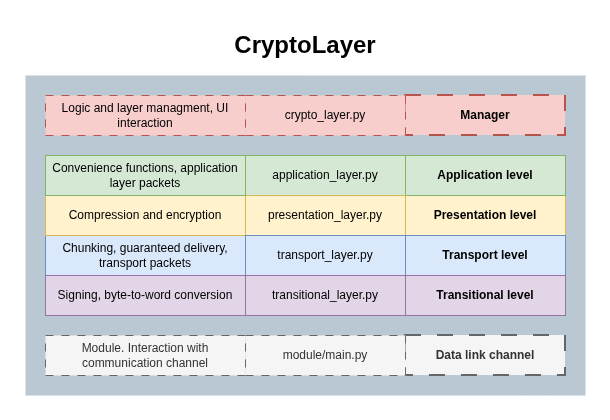
igmunv/cryptolayer-base keeps this draw.io diagram as docs/diagrams/arch-EN.png. Above is the earlier version. Source tidied: cells renumbered, new cells last; positions are measured from the earlier drawing's top-left corner, leaving out a move shared by most shapes. Its diagram source:
```xml
<mxGraphModel>
  <root>
    <mxCell id="0" />
    <mxCell id="1" parent="0" />
    <mxCell id="2" style="rounded=0;whiteSpace=wrap;html=1;fillColor=#bac8d3;strokeColor=none;" parent="1" vertex="1">
      <mxGeometry y="50" width="560" height="320" as="geometry" />
    </mxCell>
    <mxCell id="3" value="&lt;span style=&quot;&quot;&gt;Data link channel&lt;/span&gt;" style="rounded=0;whiteSpace=wrap;html=1;align=center;fillColor=#f5f5f5;fontColor=#333333;strokeColor=#666666;strokeWidth=2;dashed=1;dashPattern=8 8;fontStyle=1;" parent="1" vertex="1">
      <mxGeometry x="380" y="310" width="160" height="40" as="geometry" />
    </mxCell>
    <mxCell id="4" value="Presentation level" style="rounded=0;whiteSpace=wrap;html=1;align=center;fillColor=#fff2cc;strokeColor=#d6b656;strokeWidth=1;fontStyle=1;" parent="1" vertex="1">
      <mxGeometry x="380" y="170" width="160" height="40" as="geometry" />
    </mxCell>
    <mxCell id="5" value="Application level" style="rounded=0;whiteSpace=wrap;html=1;align=center;fillColor=#d5e8d4;strokeColor=#82b366;strokeWidth=1;fontStyle=1;" parent="1" vertex="1">
      <mxGeometry x="380" y="130" width="160" height="40" as="geometry" />
    </mxCell>
    <mxCell id="6" value="Transport level" style="rounded=0;whiteSpace=wrap;html=1;align=center;fillColor=#dae8fc;strokeColor=#6c8ebf;strokeWidth=1;fontStyle=1;" parent="1" vertex="1">
      <mxGeometry x="380" y="210" width="160" height="40" as="geometry" />
    </mxCell>
    <mxCell id="7" value="application_layer.py" style="rounded=0;whiteSpace=wrap;html=1;fillColor=#d5e8d4;strokeColor=#82b366;strokeWidth=1;" parent="1" vertex="1">
      <mxGeometry x="220" y="130" width="160" height="40" as="geometry" />
    </mxCell>
    <mxCell id="8" value="module/main.py" style="rounded=0;whiteSpace=wrap;html=1;fillColor=#f5f5f5;strokeColor=#666666;fontColor=#333333;dashed=1;dashPattern=8 8;" parent="1" vertex="1">
      <mxGeometry x="220" y="310" width="160" height="40" as="geometry" />
    </mxCell>
    <mxCell id="9" value="presentation_layer.py" style="rounded=0;whiteSpace=wrap;html=1;fillColor=#fff2cc;strokeColor=#d6b656;strokeWidth=1;" parent="1" vertex="1">
      <mxGeometry x="220" y="170" width="160" height="40" as="geometry" />
    </mxCell>
    <mxCell id="10" value="Chunking, guaranteed delivery, transport packets" style="rounded=0;whiteSpace=wrap;html=1;fillColor=#dae8fc;strokeColor=#6c8ebf;strokeWidth=1;" parent="1" vertex="1">
      <mxGeometry x="20" y="210" width="200" height="40" as="geometry" />
    </mxCell>
    <mxCell id="11" value="Module. Interaction with communication channel" style="rounded=0;whiteSpace=wrap;html=1;fillColor=#f5f5f5;strokeColor=#666666;fontColor=#333333;dashed=1;dashPattern=8 8;" parent="1" vertex="1">
      <mxGeometry x="20" y="310" width="200" height="40" as="geometry" />
    </mxCell>
    <mxCell id="12" value="Compression and encryption" style="rounded=0;whiteSpace=wrap;html=1;fillColor=#fff2cc;strokeColor=#d6b656;strokeWidth=1;" parent="1" vertex="1">
      <mxGeometry x="20" y="170" width="200" height="40" as="geometry" />
    </mxCell>
    <mxCell id="13" value="Convenience functions, application layer packets" style="rounded=0;whiteSpace=wrap;html=1;fillColor=#d5e8d4;strokeColor=#82b366;strokeWidth=1;" parent="1" vertex="1">
      <mxGeometry x="20" y="130" width="200" height="40" as="geometry" />
    </mxCell>
    <mxCell id="14" value="Transitional level" style="rounded=0;whiteSpace=wrap;html=1;align=center;strokeWidth=1;fillColor=#e1d5e7;strokeColor=#9673a6;fontStyle=1;" parent="1" vertex="1">
      <mxGeometry x="380" y="250" width="160" height="40" as="geometry" />
    </mxCell>
    <mxCell id="15" value="&lt;div style=&quot;&quot;&gt;Signing, byte-to-word conversion&lt;/div&gt;" style="rounded=0;whiteSpace=wrap;html=1;align=center;strokeWidth=1;fillColor=#e1d5e7;strokeColor=#9673a6;" parent="1" vertex="1">
      <mxGeometry x="20" y="250" width="200" height="40" as="geometry" />
    </mxCell>
    <mxCell id="16" value="&lt;b&gt;Manager&lt;/b&gt;" style="rounded=0;whiteSpace=wrap;html=1;align=center;fillColor=#f8cecc;strokeColor=#b85450;strokeWidth=2;dashed=1;dashPattern=8 8;fontStyle=1;" parent="1" vertex="1">
      <mxGeometry x="380" y="70" width="160" height="40" as="geometry" />
    </mxCell>
    <mxCell id="17" value="crypto_layer.py" style="rounded=0;whiteSpace=wrap;html=1;fillColor=#f8cecc;strokeColor=#b85450;dashed=1;dashPattern=8 8;" parent="1" vertex="1">
      <mxGeometry x="220" y="70" width="160" height="40" as="geometry" />
    </mxCell>
    <mxCell id="18" value="Logic and layer managment, UI interaction" style="rounded=0;whiteSpace=wrap;html=1;fillColor=#f8cecc;strokeColor=#b85450;dashed=1;dashPattern=8 8;" parent="1" vertex="1">
      <mxGeometry x="20" y="70" width="200" height="40" as="geometry" />
    </mxCell>
    <mxCell id="19" value="&lt;font style=&quot;font-size: 24px;&quot;&gt;CryptoLayer&lt;/font&gt;" style="text;html=1;whiteSpace=wrap;strokeColor=none;fillColor=none;align=center;verticalAlign=middle;rounded=0;fontStyle=1;" parent="1" vertex="1">
      <mxGeometry width="560" height="40" as="geometry" />
    </mxCell>
    <mxCell id="20" value="transport_layer.py" style="rounded=0;whiteSpace=wrap;html=1;fillColor=#dae8fc;strokeColor=#6c8ebf;strokeWidth=1;" parent="1" vertex="1">
      <mxGeometry x="220" y="210" width="160" height="40" as="geometry" />
    </mxCell>
    <mxCell id="21" value="&lt;div style=&quot;text-align: center;&quot;&gt;&lt;span style=&quot;background-color: transparent; color: light-dark(rgb(0, 0, 0), rgb(255, 255, 255)); text-align: left;&quot;&gt;transitional_layer.py&lt;/span&gt;&lt;/div&gt;" style="rounded=0;whiteSpace=wrap;html=1;align=center;strokeWidth=1;fillColor=#e1d5e7;strokeColor=#9673a6;" parent="1" vertex="1">
      <mxGeometry x="220" y="250" width="160" height="40" as="geometry" />
    </mxCell>
  </root>
</mxGraphModel>
```
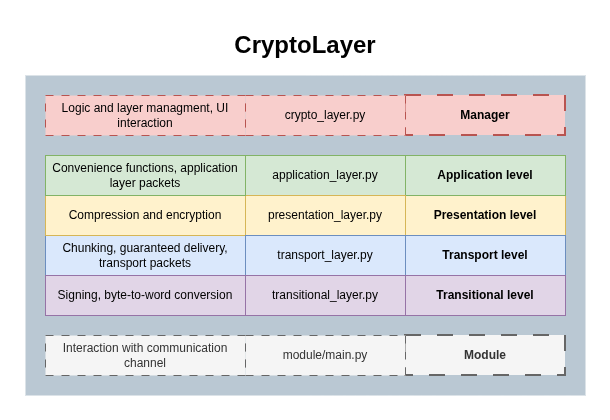
Later version of the same file.

Commit message:
docs: change arch diagram

Change to the diagram source:
```diff
@@ -5,7 +5,7 @@
     <mxCell id="2" style="rounded=0;whiteSpace=wrap;html=1;fillColor=#bac8d3;strokeColor=none;" parent="1" vertex="1">
       <mxGeometry y="50" width="560" height="320" as="geometry" />
     </mxCell>
-    <mxCell id="3" value="&lt;span style=&quot;&quot;&gt;Data link channel&lt;/span&gt;" style="rounded=0;whiteSpace=wrap;html=1;align=center;fillColor=#f5f5f5;fontColor=#333333;strokeColor=#666666;strokeWidth=2;dashed=1;dashPattern=8 8;fontStyle=1;" parent="1" vertex="1">
+    <mxCell id="3" value="&lt;span style=&quot;&quot;&gt;Module&lt;/span&gt;" style="rounded=0;whiteSpace=wrap;html=1;align=center;fillColor=#f5f5f5;fontColor=#333333;strokeColor=#666666;strokeWidth=2;dashed=1;dashPattern=8 8;fontStyle=1;" parent="1" vertex="1">
       <mxGeometry x="380" y="310" width="160" height="40" as="geometry" />
     </mxCell>
     <mxCell id="4" value="Presentation level" style="rounded=0;whiteSpace=wrap;html=1;align=center;fillColor=#fff2cc;strokeColor=#d6b656;strokeWidth=1;fontStyle=1;" parent="1" vertex="1">
@@ -29,7 +29,7 @@
     <mxCell id="10" value="Chunking, guaranteed delivery, transport packets" style="rounded=0;whiteSpace=wrap;html=1;fillColor=#dae8fc;strokeColor=#6c8ebf;strokeWidth=1;" parent="1" vertex="1">
       <mxGeometry x="20" y="210" width="200" height="40" as="geometry" />
     </mxCell>
-    <mxCell id="11" value="Module. Interaction with communication channel" style="rounded=0;whiteSpace=wrap;html=1;fillColor=#f5f5f5;strokeColor=#666666;fontColor=#333333;dashed=1;dashPattern=8 8;" parent="1" vertex="1">
+    <mxCell id="11" value="Interaction with communication channel" style="rounded=0;whiteSpace=wrap;html=1;fillColor=#f5f5f5;strokeColor=#666666;fontColor=#333333;dashed=1;dashPattern=8 8;" parent="1" vertex="1">
       <mxGeometry x="20" y="310" width="200" height="40" as="geometry" />
     </mxCell>
     <mxCell id="12" value="Compression and encryption" style="rounded=0;whiteSpace=wrap;html=1;fillColor=#fff2cc;strokeColor=#d6b656;strokeWidth=1;" parent="1" vertex="1">
```
